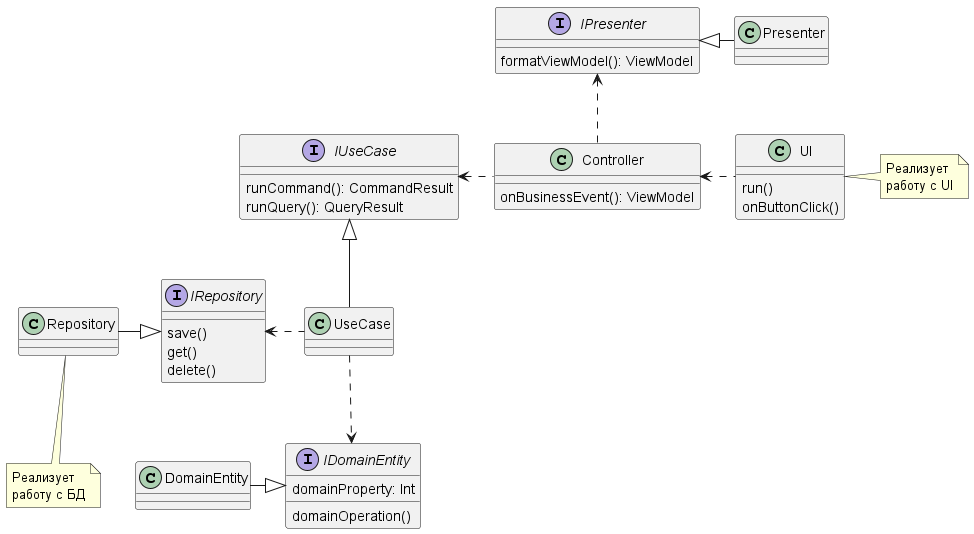
This is src/diagrams/CleanArchitecture.png from mikhailandronov/RoversExercise, a PlantUML export, as it was before one commit.
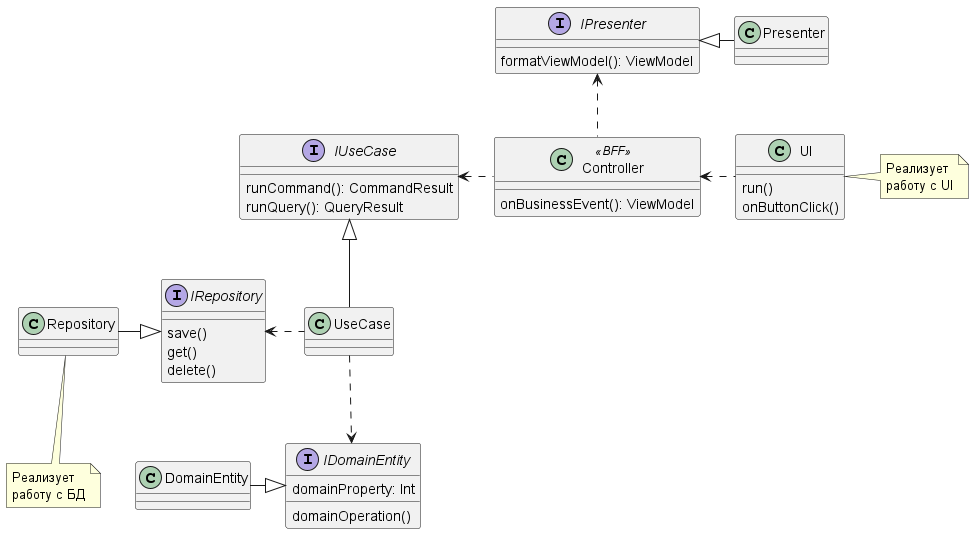
The same file after the commit.

Commit message:
Updated CleanArchitecture.puml - added <BFF> stereotype to Controller

Change to the diagram source:
```diff
@@ -36,7 +36,7 @@
 
 UseCase ..> IDomainEntity
 
-class Controller{
+class Controller <<BFF>>{
     onBusinessEvent(): ViewModel
 }
 
```
